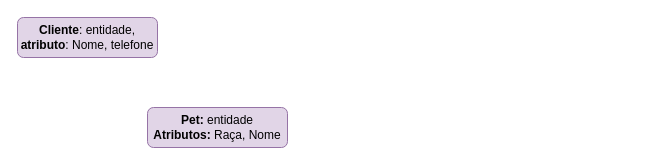
pedro1093/programacao-geral keeps this draw.io diagram as python/Teste_minimundo.drawio. Above is the earlier version. Source tidied: cells renumbered, new cells numbered last; positions are measured from the earlier drawing's top-left corner, leaving out a move shared by most shapes. Both pictures are drawn from the tidied source at 100%, with x=0, y=0 at pixel (17, 17).
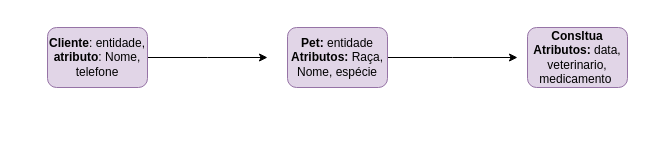
The same page after the edit.

What changed in the source:
```diff
@@
-<mxGraphModel background="light-dark(#FFFFFF,#FFFFFF)">
+<mxGraphModel background="light-dark(#FFFFFF,#000000)">
   <root>
     <mxCell id="0" />
     <mxCell id="1" parent="0" />
+    <mxCell id="4" style="edgeStyle=orthogonalEdgeStyle;rounded=0;jettySize=auto;html=1;strokeColor=light-dark(#000000,#FFFFFF);" parent="1" edge="1" source="2">
+      <mxGeometry relative="1" as="geometry">
+        <mxPoint x="250" y="40" as="targetPoint" />
+      </mxGeometry>
+    </mxCell>
     <mxCell id="2" value="&lt;font dir=&quot;auto&quot; style=&quot;vertical-align: inherit; color: light-dark(rgb(0, 0, 0), rgb(0, 0, 0));&quot;&gt;&lt;b&gt;Cliente&lt;/b&gt;: entidade, &lt;b&gt;atributo&lt;/b&gt;: Nome, telefone&lt;/font&gt;" style="rounded=1;whiteSpace=wrap;html=1;fillColor=light-dark(#E1D5E7,#FFFFFF);strokeColor=light-dark(#9673A6,#000000);" parent="1" vertex="1">
-      <mxGeometry width="140" height="40" as="geometry" />
+      <mxGeometry x="30" y="10" width="100" height="60" as="geometry" />
     </mxCell>
+    <mxCell id="5" style="edgeStyle=orthogonalEdgeStyle;rounded=0;jettySize=auto;html=1;strokeColor=light-dark(#000000,#EEEEEE);" parent="1" edge="1" source="3">
+      <mxGeometry relative="1" as="geometry">
+        <mxPoint x="500" y="40" as="targetPoint" />
+      </mxGeometry>
+    </mxCell>
-    <mxCell id="3" value="&lt;font style=&quot;color: light-dark(rgb(0, 0, 0), rgb(0, 0, 0));&quot;&gt;&lt;b style=&quot;&quot;&gt;Pet: &lt;/b&gt;entidade&lt;/font&gt;&lt;div&gt;&lt;font color=&quot;#000000&quot;&gt;&lt;b&gt;Atributos: &lt;/b&gt;Raça, Nome&lt;/font&gt;&lt;/div&gt;" style="rounded=1;whiteSpace=wrap;html=1;fillColor=light-dark(#E1D5E7,#FFFFFF);strokeColor=light-dark(#9673A6,#000000);" parent="1" vertex="1">
-      <mxGeometry x="130" y="90" width="140" height="40" as="geometry" />
+    <mxCell id="3" value="&lt;font style=&quot;color: light-dark(rgb(0, 0, 0), rgb(0, 0, 0));&quot;&gt;&lt;b style=&quot;&quot;&gt;Pet: &lt;/b&gt;entidade&lt;/font&gt;&lt;div&gt;&lt;font style=&quot;color: light-dark(rgb(0, 0, 0), rgb(0, 0, 0));&quot;&gt;&lt;b style=&quot;&quot;&gt;Atributos: &lt;/b&gt;Raça, Nome, espécie&lt;/font&gt;&lt;/div&gt;" style="rounded=1;whiteSpace=wrap;html=1;fillColor=light-dark(#E1D5E7,#FFFFFF);strokeColor=light-dark(#9673A6,#000000);" parent="1" vertex="1">
+      <mxGeometry x="270" y="10" width="100" height="60" as="geometry" />
     </mxCell>
+    <mxCell id="6" value="&lt;font style=&quot;color: light-dark(rgb(0, 0, 0), rgb(0, 0, 0));&quot;&gt;&lt;b style=&quot;&quot;&gt;Consltua&lt;/b&gt;&lt;/font&gt;&lt;div&gt;&lt;font style=&quot;color: light-dark(rgb(0, 0, 0), rgb(0, 0, 0));&quot;&gt;&lt;b style=&quot;&quot;&gt;Atributos: &lt;/b&gt;data, veterinario, medicamento&lt;b style=&quot;&quot;&gt;&amp;nbsp;&lt;/b&gt;&lt;/font&gt;&lt;/div&gt;" style="rounded=1;whiteSpace=wrap;html=1;fillColor=light-dark(#E1D5E7,#F9F9F9);strokeColor=light-dark(#9673A6,#000000);" parent="1" vertex="1">
+      <mxGeometry x="510" y="10" width="100" height="60" as="geometry" />
+    </mxCell>
   </root>
 </mxGraphModel>
```
